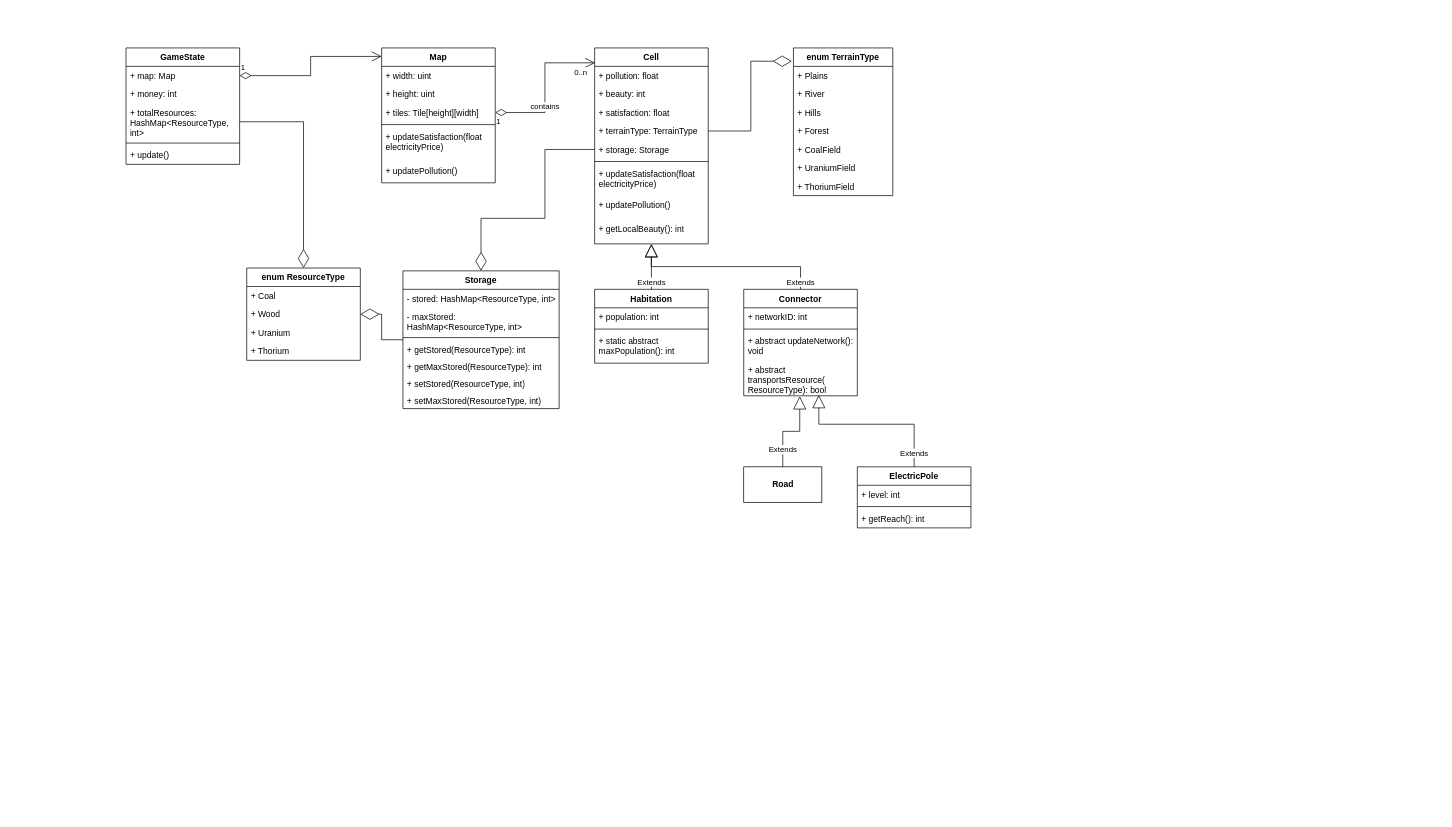
Before: uml-classes.drawio in adri326/ap4b-project, a draw.io diagram. Source tidied: cells renumbered, new cells numbered last; positions are measured from the earlier drawing's top-left corner, leaving out a move shared by most shapes. Both pictures are drawn from the tidied source at 71%, with x=0, y=0 at pixel (126, 48).
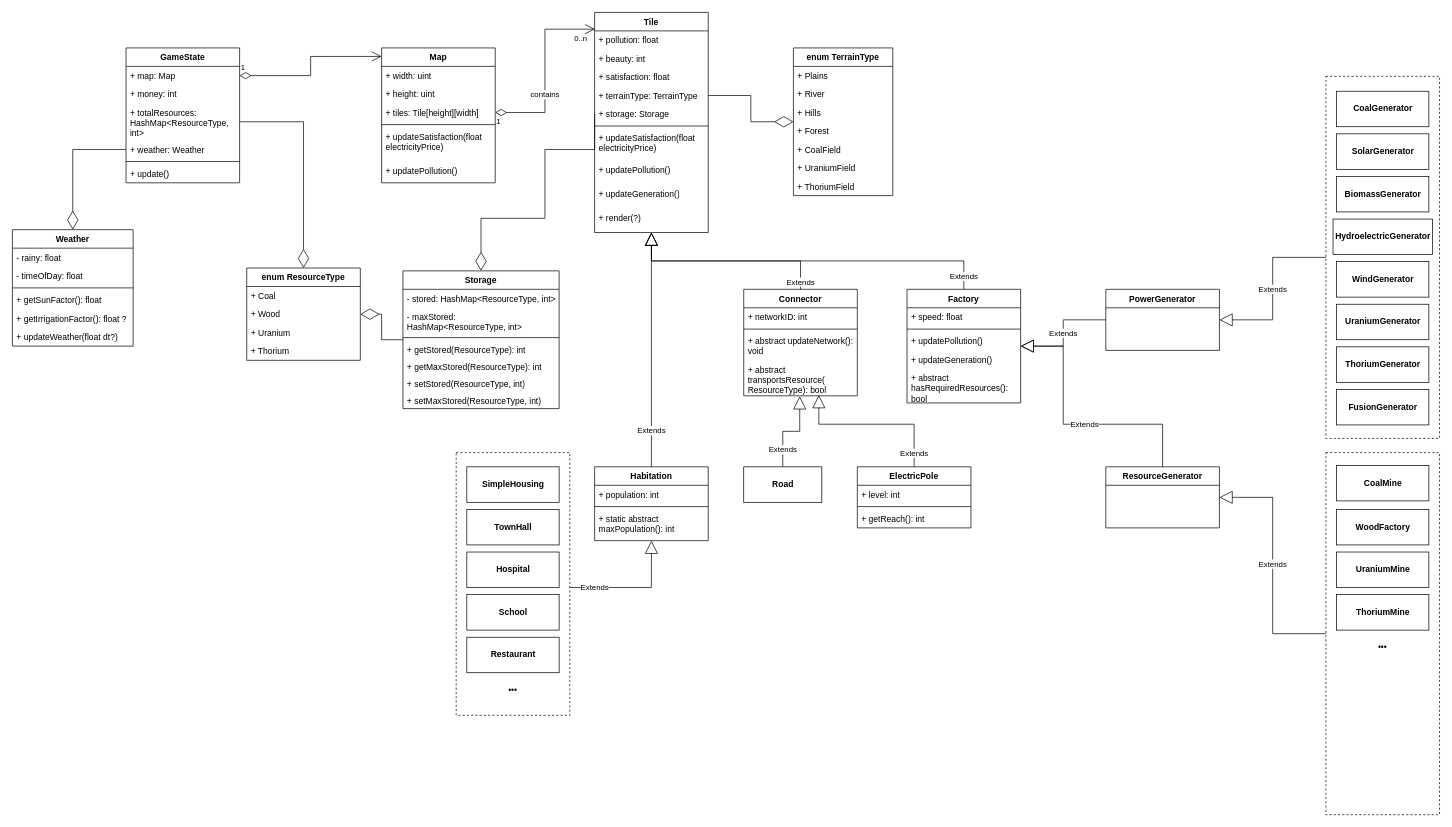
The same page after the edit.

Commit message:
:sparkles: More classes (Generator, Habitations)

Unchanged cells that the change refers to:
```xml
<mxCell id="6" value="+ terrainType: TerrainType" style="text;strokeColor=none;fillColor=none;align=left;verticalAlign=top;spacingLeft=4;spacingRight=4;overflow=hidden;points=[[0,0.5],[1,0.5]];portConstraint=eastwest;" parent="2" vertex="1">
  <mxGeometry y="104" width="160" height="26" as="geometry" />
</mxCell>
<mxCell id="28" value="enum TerrainType" style="swimlane;fontStyle=1;horizontal=1;startSize=26;fillColor=none;" parent="1" vertex="1">
  <mxGeometry x="940" width="140" height="208" as="geometry" />
</mxCell>
<mxCell id="59" value="Connector" style="swimlane;fontStyle=1;align=center;verticalAlign=top;horizontal=1;startSize=26;" parent="1" vertex="1">
  <mxGeometry x="870" y="340" width="160" height="150" as="geometry" />
</mxCell>
```

Diff of the diagram source:
```diff
@@
+    <mxCell id="72" style="rounded=0;whiteSpace=wrap;html=1;fillColor=none;dashed=1;glass=0;" parent="1" vertex="1">
+      <mxGeometry x="465" y="570" width="160" height="370" as="geometry" />
+    </mxCell>
-    <mxCell id="2" value="Cell" style="swimlane;fontStyle=1;align=center;verticalAlign=top;horizontal=1;startSize=26;" parent="1" vertex="1">
-      <mxGeometry x="660" width="160" height="276" as="geometry" />
+    <mxCell id="2" value="Tile" style="swimlane;fontStyle=1;align=center;verticalAlign=top;horizontal=1;startSize=26;" parent="1" vertex="1">
+      <mxGeometry x="660" y="-50" width="160" height="310" as="geometry" />
     </mxCell>
@@
+    <mxCell id="73" value="+ updatePollution()" style="text;strokeColor=none;fillColor=none;align=left;verticalAlign=top;spacingLeft=4;spacingRight=4;overflow=hidden;whiteSpace=wrap;" parent="2" vertex="1">
+      <mxGeometry y="208" width="160" height="34" as="geometry" />
+    </mxCell>
-    <mxCell id="10" value="+ updatePollution()" style="text;strokeColor=none;fillColor=none;align=left;verticalAlign=top;spacingLeft=4;spacingRight=4;overflow=hidden;whiteSpace=wrap;" parent="2" vertex="1">
-      <mxGeometry y="208" width="160" height="34" as="geometry" />
+    <mxCell id="10" value="+ updateGeneration()" style="text;strokeColor=none;fillColor=none;align=left;verticalAlign=top;spacingLeft=4;spacingRight=4;overflow=hidden;whiteSpace=wrap;" parent="2" vertex="1">
+      <mxGeometry y="242" width="160" height="34" as="geometry" />
     </mxCell>
-    <mxCell id="11" value="+ getLocalBeauty(): int" style="text;strokeColor=none;fillColor=none;align=left;verticalAlign=top;spacingLeft=4;spacingRight=4;overflow=hidden;points=[[0,0.5],[1,0.5]];portConstraint=eastwest;whiteSpace=wrap;" parent="2" vertex="1">
-      <mxGeometry y="242" width="160" height="34" as="geometry" />
+    <mxCell id="11" value="+ render(?)" style="text;strokeColor=none;fillColor=none;align=left;verticalAlign=top;spacingLeft=4;spacingRight=4;overflow=hidden;points=[[0,0.5],[1,0.5]];portConstraint=eastwest;whiteSpace=wrap;" parent="2" vertex="1">
+      <mxGeometry y="276" width="160" height="34" as="geometry" />
     </mxCell>
@@
     <mxCell id="22" value="Habitation" style="swimlane;fontStyle=1;align=center;verticalAlign=top;horizontal=1;startSize=26;" parent="1" vertex="1">
-      <mxGeometry x="660" y="340" width="160" height="104" as="geometry" />
+      <mxGeometry x="660" y="590" width="160" height="104" as="geometry" />
     </mxCell>
@@
-    <mxCell id="27" style="endArrow=diamondThin;endFill=0;endSize=24;html=1;rounded=0;edgeStyle=orthogonalEdgeStyle;exitX=1;exitY=0.5;exitDx=0;exitDy=0;entryX=-0.016;entryY=0.09;entryDx=0;entryDy=0;entryPerimeter=0;" parent="1" edge="1" source="6" target="28">
+    <mxCell id="27" style="endArrow=diamondThin;endFill=0;endSize=24;html=1;rounded=0;edgeStyle=orthogonalEdgeStyle;exitX=1;exitY=0.5;exitDx=0;exitDy=0;" parent="1" edge="1" source="6" target="28">
       <mxGeometry relative="1" as="geometry" />
     </mxCell>
@@
     <mxCell id="36" value="GameState" style="swimlane;fontStyle=1;align=center;verticalAlign=top;horizontal=1;startSize=26;" parent="1" vertex="1">
-      <mxGeometry width="160" height="164" as="geometry" />
+      <mxGeometry width="160" height="190" as="geometry" />
     </mxCell>
@@
+    <mxCell id="74" value="+ weather: Weather" style="text;strokeColor=none;fillColor=none;align=left;verticalAlign=top;spacingLeft=4;spacingRight=4;overflow=hidden;points=[[0,0.5],[1,0.5]];portConstraint=eastwest;" parent="36" vertex="1">
+      <mxGeometry y="130" width="160" height="26" as="geometry" />
+    </mxCell>
     <mxCell id="40" style="line;strokeWidth=1;fillColor=none;align=left;verticalAlign=middle;spacingTop=-1;spacingLeft=3;spacingRight=3;labelPosition=right;" parent="36" vertex="1">
-      <mxGeometry y="130" width="160" height="8" as="geometry" />
+      <mxGeometry y="156" width="160" height="8" as="geometry" />
     </mxCell>
     <mxCell id="41" value="+ update()" style="text;strokeColor=none;fillColor=none;align=left;verticalAlign=top;spacingLeft=4;spacingRight=4;overflow=hidden;" parent="36" vertex="1">
-      <mxGeometry y="138" width="160" height="26" as="geometry" />
+      <mxGeometry y="164" width="160" height="26" as="geometry" />
     </mxCell>
@@
-    <mxCell id="64" value="Extends" style="endArrow=block;endSize=16;endFill=0;html=1;rounded=0;edgeStyle=orthogonalEdgeStyle;entryX=0.499;entryY=1.021;entryDx=0;entryDy=0;entryPerimeter=0;" parent="1" edge="1" source="59" target="11">
-      <mxGeometry x="-0.93" relative="1" as="geometry" />
+    <mxCell id="64" value="Extends" style="endArrow=block;endSize=16;endFill=0;html=1;rounded=0;edgeStyle=orthogonalEdgeStyle;" parent="1" edge="1" source="59" target="2">
+      <mxGeometry x="-0.93" relative="1" as="geometry">
+        <Array as="points">
+          <mxPoint x="950" y="300" />
+          <mxPoint x="740" y="300" />
+        </Array>
+      </mxGeometry>
     </mxCell>
@@
+    <mxCell id="75" value="Factory" style="swimlane;fontStyle=1;align=center;verticalAlign=top;horizontal=1;startSize=26;" parent="1" vertex="1">
+      <mxGeometry x="1100" y="340" width="160" height="160" as="geometry" />
+    </mxCell>
+    <mxCell id="76" value="+ speed: float" style="text;strokeColor=none;fillColor=none;align=left;verticalAlign=top;spacingLeft=4;spacingRight=4;overflow=hidden;" parent="75" vertex="1">
+      <mxGeometry y="26" width="160" height="26" as="geometry" />
+    </mxCell>
+    <mxCell id="77" style="line;strokeWidth=1;fillColor=none;align=left;verticalAlign=middle;spacingTop=-1;spacingLeft=3;spacingRight=3;labelPosition=right;" parent="75" vertex="1">
+      <mxGeometry y="52" width="160" height="8" as="geometry" />
+    </mxCell>
+    <mxCell id="78" value="+ updatePollution()" style="text;strokeColor=none;fillColor=none;align=left;verticalAlign=top;spacingLeft=4;spacingRight=4;overflow=hidden;" parent="75" vertex="1">
+      <mxGeometry y="60" width="160" height="26" as="geometry" />
+    </mxCell>
+    <mxCell id="79" value="+ updateGeneration()" style="text;strokeColor=none;fillColor=none;align=left;verticalAlign=top;spacingLeft=4;spacingRight=4;overflow=hidden;" parent="75" vertex="1">
+      <mxGeometry y="86" width="160" height="26" as="geometry" />
+    </mxCell>
+    <mxCell id="80" value="+ abstract hasRequiredResources(): bool" style="text;strokeColor=none;fillColor=none;align=left;verticalAlign=top;spacingLeft=4;spacingRight=4;overflow=hidden;whiteSpace=wrap;" parent="75" vertex="1">
+      <mxGeometry y="112" width="160" height="48" as="geometry" />
+    </mxCell>
+    <mxCell id="81" value="Extends" style="endArrow=block;endSize=16;endFill=0;html=1;rounded=0;edgeStyle=orthogonalEdgeStyle;exitX=0.5;exitY=0;exitDx=0;exitDy=0;" parent="1" edge="1" source="75" target="2">
+      <mxGeometry x="-0.93" relative="1" as="geometry" />
+    </mxCell>
+    <mxCell id="82" value="Weather" style="swimlane;fontStyle=1;horizontal=1;startSize=26;fillColor=none;" parent="1" vertex="1">
+      <mxGeometry x="-160" y="256" width="170" height="164" as="geometry" />
+    </mxCell>
+    <mxCell id="83" value="- rainy: float" style="text;strokeColor=none;fillColor=none;align=left;verticalAlign=top;spacingLeft=4;spacingRight=4;overflow=hidden;" parent="82" vertex="1">
+      <mxGeometry y="26" width="170" height="26" as="geometry" />
+    </mxCell>
+    <mxCell id="84" value="- timeOfDay: float" style="text;strokeColor=none;fillColor=none;align=left;verticalAlign=top;spacingLeft=4;spacingRight=4;overflow=hidden;" parent="82" vertex="1">
+      <mxGeometry y="52" width="170" height="26" as="geometry" />
+    </mxCell>
+    <mxCell id="85" style="line;strokeWidth=1;fillColor=none;align=left;verticalAlign=middle;spacingTop=-1;spacingLeft=3;spacingRight=3;labelPosition=right;" parent="82" vertex="1">
+      <mxGeometry y="78" width="170" height="8" as="geometry" />
+    </mxCell>
+    <mxCell id="86" value="+ getSunFactor(): float" style="text;strokeColor=none;fillColor=none;align=left;verticalAlign=top;spacingLeft=4;spacingRight=4;overflow=hidden;" parent="82" vertex="1">
+      <mxGeometry y="86" width="170" height="26" as="geometry" />
+    </mxCell>
+    <mxCell id="87" value="+ getIrrigationFactor(): float ?" style="text;strokeColor=none;fillColor=none;align=left;verticalAlign=top;spacingLeft=4;spacingRight=4;overflow=hidden;" parent="82" vertex="1">
+      <mxGeometry y="112" width="170" height="26" as="geometry" />
+    </mxCell>
+    <mxCell id="88" value="+ updateWeather(float dt?)" style="text;strokeColor=none;fillColor=none;align=left;verticalAlign=top;spacingLeft=4;spacingRight=4;overflow=hidden;" parent="82" vertex="1">
+      <mxGeometry y="138" width="170" height="26" as="geometry" />
+    </mxCell>
+    <mxCell id="89" style="endArrow=diamondThin;endFill=0;endSize=24;html=1;rounded=0;edgeStyle=orthogonalEdgeStyle;exitX=0;exitY=0.5;exitDx=0;exitDy=0;" parent="1" edge="1" source="74" target="82">
+      <mxGeometry relative="1" as="geometry" />
+    </mxCell>
+    <mxCell id="90" style="group;" parent="1" vertex="1">
+      <mxGeometry x="1690" y="50" width="160" height="500" as="geometry" />
+    </mxCell>
+    <mxCell id="91" style="rounded=0;whiteSpace=wrap;html=1;fillColor=none;dashed=1;glass=0;" parent="90" vertex="1">
+      <mxGeometry y="-10" width="160" height="510" as="geometry" />
+    </mxCell>
+    <mxCell id="92" value="&lt;b&gt;CoalGenerator&lt;/b&gt;" style="html=1;" parent="90" vertex="1">
+      <mxGeometry x="15" y="11" width="130" height="50" as="geometry" />
+    </mxCell>
+    <mxCell id="93" value="&lt;b&gt;SolarGenerator&lt;/b&gt;" style="html=1;" parent="90" vertex="1">
+      <mxGeometry x="15" y="71" width="130" height="50" as="geometry" />
+    </mxCell>
+    <mxCell id="94" value="&lt;b&gt;BiomassGenerator&lt;/b&gt;" style="html=1;" parent="90" vertex="1">
+      <mxGeometry x="15" y="131" width="130" height="50" as="geometry" />
+    </mxCell>
+    <mxCell id="95" value="&lt;b&gt;HydroelectricGenerator&lt;/b&gt;" style="html=1;" parent="90" vertex="1">
+      <mxGeometry x="10" y="191" width="140" height="50" as="geometry" />
+    </mxCell>
+    <mxCell id="96" value="&lt;b&gt;WindGenerator&lt;/b&gt;" style="html=1;" parent="90" vertex="1">
+      <mxGeometry x="15" y="251" width="130" height="50" as="geometry" />
+    </mxCell>
+    <mxCell id="97" value="&lt;b&gt;UraniumGenerator&lt;/b&gt;" style="html=1;" parent="90" vertex="1">
+      <mxGeometry x="15" y="311" width="130" height="50" as="geometry" />
+    </mxCell>
+    <mxCell id="98" value="&lt;b&gt;ThoriumGenerator&lt;/b&gt;" style="html=1;" parent="90" vertex="1">
+      <mxGeometry x="15" y="371" width="130" height="50" as="geometry" />
+    </mxCell>
+    <mxCell id="99" value="&lt;b&gt;FusionGenerator&lt;/b&gt;" style="html=1;" parent="90" vertex="1">
+      <mxGeometry x="15" y="431" width="130" height="50" as="geometry" />
+    </mxCell>
+    <mxCell id="100" value="Extends" style="endArrow=block;endSize=16;endFill=0;html=1;rounded=0;edgeStyle=orthogonalEdgeStyle;" parent="1" edge="1" source="91" target="113">
+      <mxGeometry x="0.01" relative="1" as="geometry" />
+    </mxCell>
+    <mxCell id="101" value="&lt;b&gt;SimpleHousing&lt;/b&gt;" style="html=1;" parent="1" vertex="1">
+      <mxGeometry x="480" y="590" width="130" height="50" as="geometry" />
+    </mxCell>
+    <mxCell id="102" value="&lt;b&gt;TownHall&lt;/b&gt;" style="html=1;" parent="1" vertex="1">
+      <mxGeometry x="480" y="650" width="130" height="50" as="geometry" />
+    </mxCell>
+    <mxCell id="103" value="&lt;b&gt;Hospital&lt;/b&gt;" style="html=1;" parent="1" vertex="1">
+      <mxGeometry x="480" y="710" width="130" height="50" as="geometry" />
+    </mxCell>
+    <mxCell id="104" value="•••" style="text;html=1;strokeColor=none;fillColor=none;align=center;verticalAlign=middle;whiteSpace=wrap;rounded=0;glass=0;dashed=1;" parent="1" vertex="1">
+      <mxGeometry x="515" y="890" width="60" height="30" as="geometry" />
+    </mxCell>
+    <mxCell id="105" value="Extends" style="endArrow=block;endSize=16;endFill=0;html=1;rounded=0;edgeStyle=orthogonalEdgeStyle;" parent="1" edge="1" source="72" target="22">
+      <mxGeometry x="-0.61" relative="1" as="geometry">
+        <Array as="points">
+          <mxPoint x="740" y="760" />
+        </Array>
+      </mxGeometry>
+    </mxCell>
+    <mxCell id="106" value="&lt;b&gt;School&lt;/b&gt;" style="html=1;" parent="1" vertex="1">
+      <mxGeometry x="480" y="770" width="130" height="50" as="geometry" />
+    </mxCell>
+    <mxCell id="107" value="&lt;b&gt;Restaurant&lt;/b&gt;" style="html=1;" parent="1" vertex="1">
+      <mxGeometry x="480" y="830" width="130" height="50" as="geometry" />
+    </mxCell>
+    <mxCell id="108" style="rounded=0;whiteSpace=wrap;html=1;fillColor=none;dashed=1;glass=0;" parent="1" vertex="1">
+      <mxGeometry x="1690" y="570" width="160" height="510" as="geometry" />
+    </mxCell>
+    <mxCell id="109" value="&lt;b&gt;CoalMine&lt;/b&gt;" style="html=1;" parent="1" vertex="1">
+      <mxGeometry x="1705" y="588" width="130" height="50" as="geometry" />
+    </mxCell>
+    <mxCell id="110" value="&lt;b&gt;WoodFactory&lt;/b&gt;" style="html=1;" parent="1" vertex="1">
+      <mxGeometry x="1705" y="650" width="130" height="50" as="geometry" />
+    </mxCell>
+    <mxCell id="111" value="&lt;b&gt;UraniumMine&lt;/b&gt;" style="html=1;" parent="1" vertex="1">
+      <mxGeometry x="1705" y="710" width="130" height="50" as="geometry" />
+    </mxCell>
+    <mxCell id="112" value="&lt;b&gt;ThoriumMine&lt;/b&gt;" style="html=1;" parent="1" vertex="1">
+      <mxGeometry x="1705" y="770" width="130" height="50" as="geometry" />
+    </mxCell>
+    <mxCell id="113" value="PowerGenerator" style="swimlane;fontStyle=1;align=center;verticalAlign=top;horizontal=1;startSize=26;glass=0;fillColor=default;" parent="1" vertex="1">
+      <mxGeometry x="1380" y="340" width="160" height="86" as="geometry" />
+    </mxCell>
+    <mxCell id="114" value="ResourceGenerator" style="swimlane;fontStyle=1;align=center;verticalAlign=top;horizontal=1;startSize=26;glass=0;fillColor=default;" parent="1" vertex="1">
+      <mxGeometry x="1380" y="590" width="160" height="86" as="geometry" />
+    </mxCell>
+    <mxCell id="115" value="Extends" style="endArrow=block;endSize=16;endFill=0;html=1;rounded=0;edgeStyle=orthogonalEdgeStyle;" parent="1" edge="1" source="108" target="114">
+      <mxGeometry x="0.01" relative="1" as="geometry" />
+    </mxCell>
+    <mxCell id="116" value="Extends" style="endArrow=block;endSize=16;endFill=0;html=1;rounded=0;edgeStyle=orthogonalEdgeStyle;" parent="1" edge="1" source="113" target="75">
+      <mxGeometry x="0.01" relative="1" as="geometry" />
+    </mxCell>
+    <mxCell id="117" value="Extends" style="endArrow=block;endSize=16;endFill=0;html=1;rounded=0;edgeStyle=orthogonalEdgeStyle;" parent="1" edge="1" source="114" target="75">
+      <mxGeometry x="-0.08" relative="1" as="geometry">
+        <Array as="points">
+          <mxPoint x="1460" y="530" />
+          <mxPoint x="1320" y="530" />
+          <mxPoint x="1320" y="420" />
+        </Array>
+      </mxGeometry>
+    </mxCell>
+    <mxCell id="118" value="•••" style="text;html=1;strokeColor=none;fillColor=none;align=center;verticalAlign=middle;whiteSpace=wrap;rounded=0;glass=0;dashed=1;" parent="1" vertex="1">
+      <mxGeometry x="1740" y="830" width="60" height="30" as="geometry" />
+    </mxCell>
```
